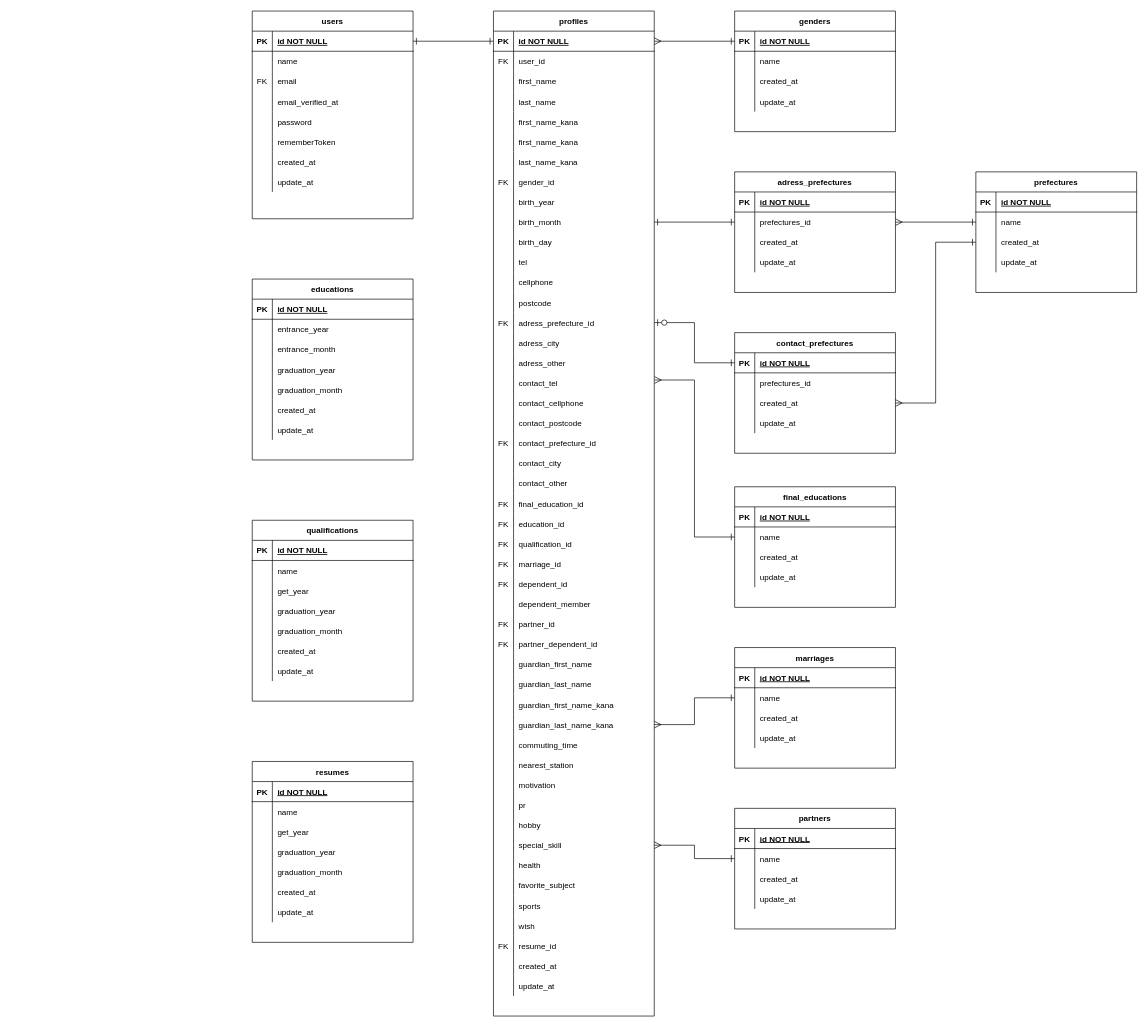
Above: resume_01.drawio in 0gravity000/er001 (draw.io), before the change. Source tidied: cells renumbered, new cells numbered last; positions are measured from the earlier drawing's top-left corner, leaving out a move shared by most shapes. Both pictures are drawn from the tidied source at 67%, with x=0, y=0 at pixel (252, 11).
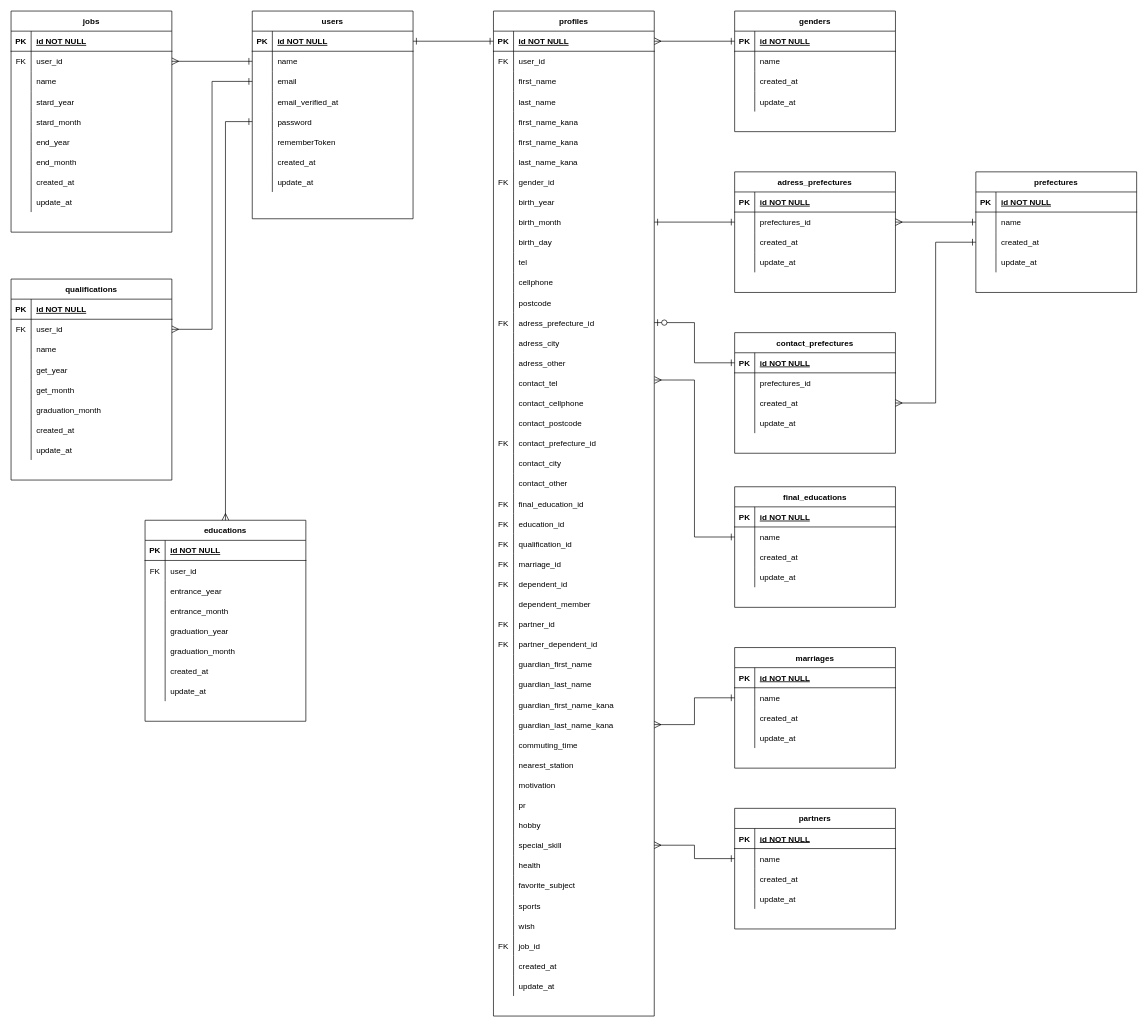
The same page after the edit.

The change refers to these unchanged cells:
```xml
<mxCell id="6" style="shape=partialRectangle;fillColor=none;points=[[0,0.5],[1,0.5]];portConstraint=eastwest;top=0;left=0;right=0;bottom=0;" parent="2" vertex="1">
  <mxGeometry y="60" width="240" height="30" as="geometry" />
</mxCell>
<mxCell id="9" style="shape=partialRectangle;fillColor=none;points=[[0,0.5],[1,0.5]];portConstraint=eastwest;top=0;left=0;right=0;bottom=0;" parent="2" vertex="1">
  <mxGeometry y="90" width="240" height="30" as="geometry" />
</mxCell>
<mxCell id="15" style="shape=partialRectangle;fillColor=none;points=[[0,0.5],[1,0.5]];portConstraint=eastwest;top=0;left=0;right=0;bottom=0;" parent="2" vertex="1">
  <mxGeometry y="150" width="240" height="30" as="geometry" />
</mxCell>
<mxCell id="163" style="shape=partialRectangle;fillColor=none;top=0;left=0;bottom=0;right=0;" parent="27" vertex="1">
  <mxGeometry y="1380" width="240" height="30" as="geometry" />
</mxCell>
<mxCell id="215" style="shape=partialRectangle;fillColor=none;top=0;left=0;bottom=0;right=0;" parent="211" vertex="1">
  <mxGeometry y="60" width="240" height="30" as="geometry" />
</mxCell>
<mxCell id="237" style="shape=partialRectangle;fillColor=none;top=0;left=0;bottom=0;right=0;points=[[0,0.5],[1,0.5]];portConstraint=eastwest;" parent="233" vertex="1">
  <mxGeometry y="60" width="240" height="30" as="geometry" />
</mxCell>
<mxCell id="320" style="shape=partialRectangle;fillColor=none;top=0;left=0;bottom=0;right=0;points=[[0,0.5],[1,0.5]];portConstraint=eastwest;" parent="316" vertex="1">
  <mxGeometry y="60" width="240" height="30" as="geometry" />
</mxCell>
```

Change to the diagram source:
```diff
@@
-    <mxCell id="10" value="FK" style="shape=partialRectangle;overflow=hidden;fillColor=none;top=0;left=0;bottom=0;right=0;" parent="9" vertex="1">
+    <mxCell id="10" style="shape=partialRectangle;overflow=hidden;fillColor=none;top=0;left=0;bottom=0;right=0;" parent="9" vertex="1">
       <mxGeometry width="30" height="30" as="geometry" />
     </mxCell>
@@
-    <mxCell id="165" value="resume_id" style="shape=partialRectangle;fillColor=none;top=0;left=0;bottom=0;right=0;align=left;spacingLeft=6;overflow=hidden;" parent="163" vertex="1">
+    <mxCell id="165" value="job_id" style="shape=partialRectangle;fillColor=none;top=0;left=0;bottom=0;right=0;align=left;spacingLeft=6;overflow=hidden;" parent="163" vertex="1">
       <mxGeometry x="30" width="210" height="30" as="geometry" />
     </mxCell>
@@
     <mxCell id="211" value="educations" style="shape=table;startSize=30;childLayout=tableLayout;rowLines=0;fontStyle=1;align=center;" parent="1" vertex="1">
-      <mxGeometry y="400" width="240" height="270" as="geometry" />
+      <mxGeometry x="-160" y="760" width="240" height="300" as="geometry" />
     </mxCell>
@@
-    <mxCell id="216" style="shape=partialRectangle;fillColor=none;top=0;left=0;bottom=0;right=0;overflow=hidden;" parent="215" vertex="1">
+    <mxCell id="216" value="FK" style="shape=partialRectangle;fillColor=none;top=0;left=0;bottom=0;right=0;overflow=hidden;" parent="215" vertex="1">
       <mxGeometry width="30" height="30" as="geometry" />
     </mxCell>
-    <mxCell id="217" value="entrance_year" style="shape=partialRectangle;fillColor=none;top=0;left=0;bottom=0;right=0;align=left;spacingLeft=6;overflow=hidden;" parent="215" vertex="1">
+    <mxCell id="217" value="user_id" style="shape=partialRectangle;fillColor=none;top=0;left=0;bottom=0;right=0;align=left;spacingLeft=6;overflow=hidden;" parent="215" vertex="1">
       <mxGeometry x="30" width="210" height="30" as="geometry" />
     </mxCell>
+    <mxCell id="338" style="shape=partialRectangle;fillColor=none;top=0;left=0;bottom=0;right=0;" parent="211" vertex="1">
+      <mxGeometry y="90" width="240" height="30" as="geometry" />
+    </mxCell>
+    <mxCell id="339" style="shape=partialRectangle;fillColor=none;top=0;left=0;bottom=0;right=0;overflow=hidden;" parent="338" vertex="1">
+      <mxGeometry width="30" height="30" as="geometry" />
+    </mxCell>
+    <mxCell id="340" value="entrance_year" style="shape=partialRectangle;fillColor=none;top=0;left=0;bottom=0;right=0;align=left;spacingLeft=6;overflow=hidden;" parent="338" vertex="1">
+      <mxGeometry x="30" width="210" height="30" as="geometry" />
+    </mxCell>
     <mxCell id="218" style="shape=partialRectangle;fillColor=none;top=0;left=0;bottom=0;right=0;" parent="211" vertex="1">
-      <mxGeometry y="90" width="240" height="30" as="geometry" />
+      <mxGeometry y="120" width="240" height="30" as="geometry" />
     </mxCell>
@@
     <mxCell id="221" style="shape=partialRectangle;fillColor=none;top=0;left=0;bottom=0;right=0;" parent="211" vertex="1">
-      <mxGeometry y="120" width="240" height="30" as="geometry" />
+      <mxGeometry y="150" width="240" height="30" as="geometry" />
     </mxCell>
@@
     <mxCell id="224" style="shape=partialRectangle;fillColor=none;top=0;left=0;bottom=0;right=0;" parent="211" vertex="1">
-      <mxGeometry y="150" width="240" height="30" as="geometry" />
+      <mxGeometry y="180" width="240" height="30" as="geometry" />
     </mxCell>
@@
     <mxCell id="227" style="shape=partialRectangle;fillColor=none;top=0;left=0;bottom=0;right=0;" parent="211" vertex="1">
-      <mxGeometry y="180" width="240" height="30" as="geometry" />
+      <mxGeometry y="210" width="240" height="30" as="geometry" />
     </mxCell>
@@
     <mxCell id="230" style="shape=partialRectangle;fillColor=none;top=0;left=0;bottom=0;right=0;" parent="211" vertex="1">
-      <mxGeometry y="210" width="240" height="30" as="geometry" />
+      <mxGeometry y="240" width="240" height="30" as="geometry" />
     </mxCell>
@@
     <mxCell id="233" value="qualifications" style="shape=table;startSize=30;childLayout=tableLayout;rowLines=0;fontStyle=1;align=center;" parent="1" vertex="1">
-      <mxGeometry y="760" width="240" height="270" as="geometry" />
+      <mxGeometry x="-360" y="400" width="240" height="300" as="geometry" />
     </mxCell>
@@
-    <mxCell id="238" style="shape=partialRectangle;fillColor=none;top=0;left=0;bottom=0;right=0;overflow=hidden;" parent="237" vertex="1">
+    <mxCell id="238" value="FK" style="shape=partialRectangle;fillColor=none;top=0;left=0;bottom=0;right=0;overflow=hidden;" parent="237" vertex="1">
       <mxGeometry width="30" height="30" as="geometry" />
     </mxCell>
-    <mxCell id="239" value="name" style="shape=partialRectangle;fillColor=none;top=0;left=0;bottom=0;right=0;align=left;spacingLeft=6;overflow=hidden;" parent="237" vertex="1">
+    <mxCell id="239" value="user_id" style="shape=partialRectangle;fillColor=none;top=0;left=0;bottom=0;right=0;align=left;spacingLeft=6;overflow=hidden;" parent="237" vertex="1">
       <mxGeometry x="30" width="210" height="30" as="geometry" />
     </mxCell>
+    <mxCell id="341" style="shape=partialRectangle;fillColor=none;top=0;left=0;bottom=0;right=0;" parent="233" vertex="1">
+      <mxGeometry y="90" width="240" height="30" as="geometry" />
+    </mxCell>
+    <mxCell id="342" style="shape=partialRectangle;fillColor=none;top=0;left=0;bottom=0;right=0;overflow=hidden;" parent="341" vertex="1">
+      <mxGeometry width="30" height="30" as="geometry" />
+    </mxCell>
+    <mxCell id="343" value="name" style="shape=partialRectangle;fillColor=none;top=0;left=0;bottom=0;right=0;align=left;spacingLeft=6;overflow=hidden;" parent="341" vertex="1">
+      <mxGeometry x="30" width="210" height="30" as="geometry" />
+    </mxCell>
     <mxCell id="240" style="shape=partialRectangle;fillColor=none;top=0;left=0;bottom=0;right=0;" parent="233" vertex="1">
-      <mxGeometry y="90" width="240" height="30" as="geometry" />
+      <mxGeometry y="120" width="240" height="30" as="geometry" />
     </mxCell>
@@
     <mxCell id="243" style="shape=partialRectangle;fillColor=none;top=0;left=0;bottom=0;right=0;" parent="233" vertex="1">
-      <mxGeometry y="120" width="240" height="30" as="geometry" />
+      <mxGeometry y="150" width="240" height="30" as="geometry" />
     </mxCell>
@@
-    <mxCell id="245" value="graduation_year" style="shape=partialRectangle;fillColor=none;top=0;left=0;bottom=0;right=0;align=left;spacingLeft=6;overflow=hidden;" parent="243" vertex="1">
+    <mxCell id="245" value="get_month" style="shape=partialRectangle;fillColor=none;top=0;left=0;bottom=0;right=0;align=left;spacingLeft=6;overflow=hidden;" parent="243" vertex="1">
       <mxGeometry x="30" width="210" height="30" as="geometry" />
     </mxCell>
     <mxCell id="246" style="shape=partialRectangle;fillColor=none;top=0;left=0;bottom=0;right=0;" parent="233" vertex="1">
-      <mxGeometry y="150" width="240" height="30" as="geometry" />
+      <mxGeometry y="180" width="240" height="30" as="geometry" />
     </mxCell>
@@
     <mxCell id="249" style="shape=partialRectangle;fillColor=none;top=0;left=0;bottom=0;right=0;" parent="233" vertex="1">
-      <mxGeometry y="180" width="240" height="30" as="geometry" />
+      <mxGeometry y="210" width="240" height="30" as="geometry" />
     </mxCell>
@@
     <mxCell id="252" style="shape=partialRectangle;fillColor=none;top=0;left=0;bottom=0;right=0;" parent="233" vertex="1">
-      <mxGeometry y="210" width="240" height="30" as="geometry" />
+      <mxGeometry y="240" width="240" height="30" as="geometry" />
     </mxCell>
@@
-    <mxCell id="316" value="resumes" style="shape=table;startSize=30;childLayout=tableLayout;rowLines=0;fontStyle=1;align=center;" parent="1" vertex="1">
-      <mxGeometry y="1120" width="240" height="270" as="geometry" />
+    <mxCell id="316" value="jobs" style="shape=table;startSize=30;childLayout=tableLayout;rowLines=0;fontStyle=1;align=center;" parent="1" vertex="1">
+      <mxGeometry x="-360" width="240" height="330" as="geometry" />
     </mxCell>
@@
-    <mxCell id="321" style="shape=partialRectangle;fillColor=none;top=0;left=0;bottom=0;right=0;overflow=hidden;" parent="320" vertex="1">
+    <mxCell id="321" value="FK" style="shape=partialRectangle;fillColor=none;top=0;left=0;bottom=0;right=0;overflow=hidden;" parent="320" vertex="1">
       <mxGeometry width="30" height="30" as="geometry" />
     </mxCell>
-    <mxCell id="322" value="name" style="shape=partialRectangle;fillColor=none;top=0;left=0;bottom=0;right=0;align=left;spacingLeft=6;overflow=hidden;" parent="320" vertex="1">
+    <mxCell id="322" value="user_id" style="shape=partialRectangle;fillColor=none;top=0;left=0;bottom=0;right=0;align=left;spacingLeft=6;overflow=hidden;" parent="320" vertex="1">
       <mxGeometry x="30" width="210" height="30" as="geometry" />
     </mxCell>
+    <mxCell id="344" style="shape=partialRectangle;fillColor=none;top=0;left=0;bottom=0;right=0;" parent="316" vertex="1">
+      <mxGeometry y="90" width="240" height="30" as="geometry" />
+    </mxCell>
+    <mxCell id="345" style="shape=partialRectangle;fillColor=none;top=0;left=0;bottom=0;right=0;overflow=hidden;" parent="344" vertex="1">
+      <mxGeometry width="30" height="30" as="geometry" />
+    </mxCell>
+    <mxCell id="346" value="name" style="shape=partialRectangle;fillColor=none;top=0;left=0;bottom=0;right=0;align=left;spacingLeft=6;overflow=hidden;" parent="344" vertex="1">
+      <mxGeometry x="30" width="210" height="30" as="geometry" />
+    </mxCell>
     <mxCell id="323" style="shape=partialRectangle;fillColor=none;top=0;left=0;bottom=0;right=0;" parent="316" vertex="1">
-      <mxGeometry y="90" width="240" height="30" as="geometry" />
+      <mxGeometry y="120" width="240" height="30" as="geometry" />
     </mxCell>
@@
-    <mxCell id="325" value="get_year" style="shape=partialRectangle;fillColor=none;top=0;left=0;bottom=0;right=0;align=left;spacingLeft=6;overflow=hidden;" parent="323" vertex="1">
+    <mxCell id="325" value="stard_year" style="shape=partialRectangle;fillColor=none;top=0;left=0;bottom=0;right=0;align=left;spacingLeft=6;overflow=hidden;" parent="323" vertex="1">
       <mxGeometry x="30" width="210" height="30" as="geometry" />
     </mxCell>
     <mxCell id="326" style="shape=partialRectangle;fillColor=none;top=0;left=0;bottom=0;right=0;" parent="316" vertex="1">
-      <mxGeometry y="120" width="240" height="30" as="geometry" />
+      <mxGeometry y="150" width="240" height="30" as="geometry" />
     </mxCell>
@@
-    <mxCell id="328" value="graduation_year" style="shape=partialRectangle;fillColor=none;top=0;left=0;bottom=0;right=0;align=left;spacingLeft=6;overflow=hidden;" parent="326" vertex="1">
+    <mxCell id="328" value="stard_month" style="shape=partialRectangle;fillColor=none;top=0;left=0;bottom=0;right=0;align=left;spacingLeft=6;overflow=hidden;" parent="326" vertex="1">
       <mxGeometry x="30" width="210" height="30" as="geometry" />
     </mxCell>
     <mxCell id="329" style="shape=partialRectangle;fillColor=none;top=0;left=0;bottom=0;right=0;" parent="316" vertex="1">
-      <mxGeometry y="150" width="240" height="30" as="geometry" />
+      <mxGeometry y="180" width="240" height="30" as="geometry" />
     </mxCell>
@@
-    <mxCell id="331" value="graduation_month" style="shape=partialRectangle;fillColor=none;top=0;left=0;bottom=0;right=0;align=left;spacingLeft=6;overflow=hidden;" parent="329" vertex="1">
+    <mxCell id="331" value="end_year" style="shape=partialRectangle;fillColor=none;top=0;left=0;bottom=0;right=0;align=left;spacingLeft=6;overflow=hidden;" parent="329" vertex="1">
       <mxGeometry x="30" width="210" height="30" as="geometry" />
     </mxCell>
+    <mxCell id="347" style="shape=partialRectangle;fillColor=none;top=0;left=0;bottom=0;right=0;" parent="316" vertex="1">
+      <mxGeometry y="210" width="240" height="30" as="geometry" />
+    </mxCell>
+    <mxCell id="348" style="shape=partialRectangle;fillColor=none;top=0;left=0;bottom=0;right=0;overflow=hidden;" parent="347" vertex="1">
+      <mxGeometry width="30" height="30" as="geometry" />
+    </mxCell>
+    <mxCell id="349" value="end_month" style="shape=partialRectangle;fillColor=none;top=0;left=0;bottom=0;right=0;align=left;spacingLeft=6;overflow=hidden;" parent="347" vertex="1">
+      <mxGeometry x="30" width="210" height="30" as="geometry" />
+    </mxCell>
     <mxCell id="332" style="shape=partialRectangle;fillColor=none;top=0;left=0;bottom=0;right=0;" parent="316" vertex="1">
-      <mxGeometry y="180" width="240" height="30" as="geometry" />
+      <mxGeometry y="240" width="240" height="30" as="geometry" />
     </mxCell>
@@
     <mxCell id="335" style="shape=partialRectangle;fillColor=none;top=0;left=0;bottom=0;right=0;" parent="316" vertex="1">
-      <mxGeometry y="210" width="240" height="30" as="geometry" />
+      <mxGeometry y="270" width="240" height="30" as="geometry" />
     </mxCell>
@@
+    <mxCell id="350" style="edgeStyle=orthogonalEdgeStyle;rounded=0;jettySize=auto;html=1;exitX=0;exitY=0.5;exitDx=0;exitDy=0;entryX=1;entryY=0.5;entryDx=0;entryDy=0;startArrow=ERone;startFill=0;endArrow=ERmany;endFill=0;startSize=8;endSize=8;" parent="1" edge="1" source="6" target="320">
+      <mxGeometry relative="1" as="geometry" />
+    </mxCell>
+    <mxCell id="351" style="edgeStyle=orthogonalEdgeStyle;rounded=0;jettySize=auto;html=1;exitX=0;exitY=0.5;exitDx=0;exitDy=0;entryX=1;entryY=0.5;entryDx=0;entryDy=0;startArrow=ERone;startFill=0;endArrow=ERmany;endFill=0;startSize=8;endSize=8;" parent="1" edge="1" source="9" target="237">
+      <mxGeometry relative="1" as="geometry" />
+    </mxCell>
+    <mxCell id="352" style="edgeStyle=orthogonalEdgeStyle;rounded=0;jettySize=auto;html=1;exitX=0;exitY=0.5;exitDx=0;exitDy=0;entryX=0.5;entryY=0;entryDx=0;entryDy=0;startArrow=ERone;startFill=0;endArrow=ERmany;endFill=0;startSize=8;endSize=8;" parent="1" edge="1" source="15" target="211">
+      <mxGeometry relative="1" as="geometry" />
+    </mxCell>
```
